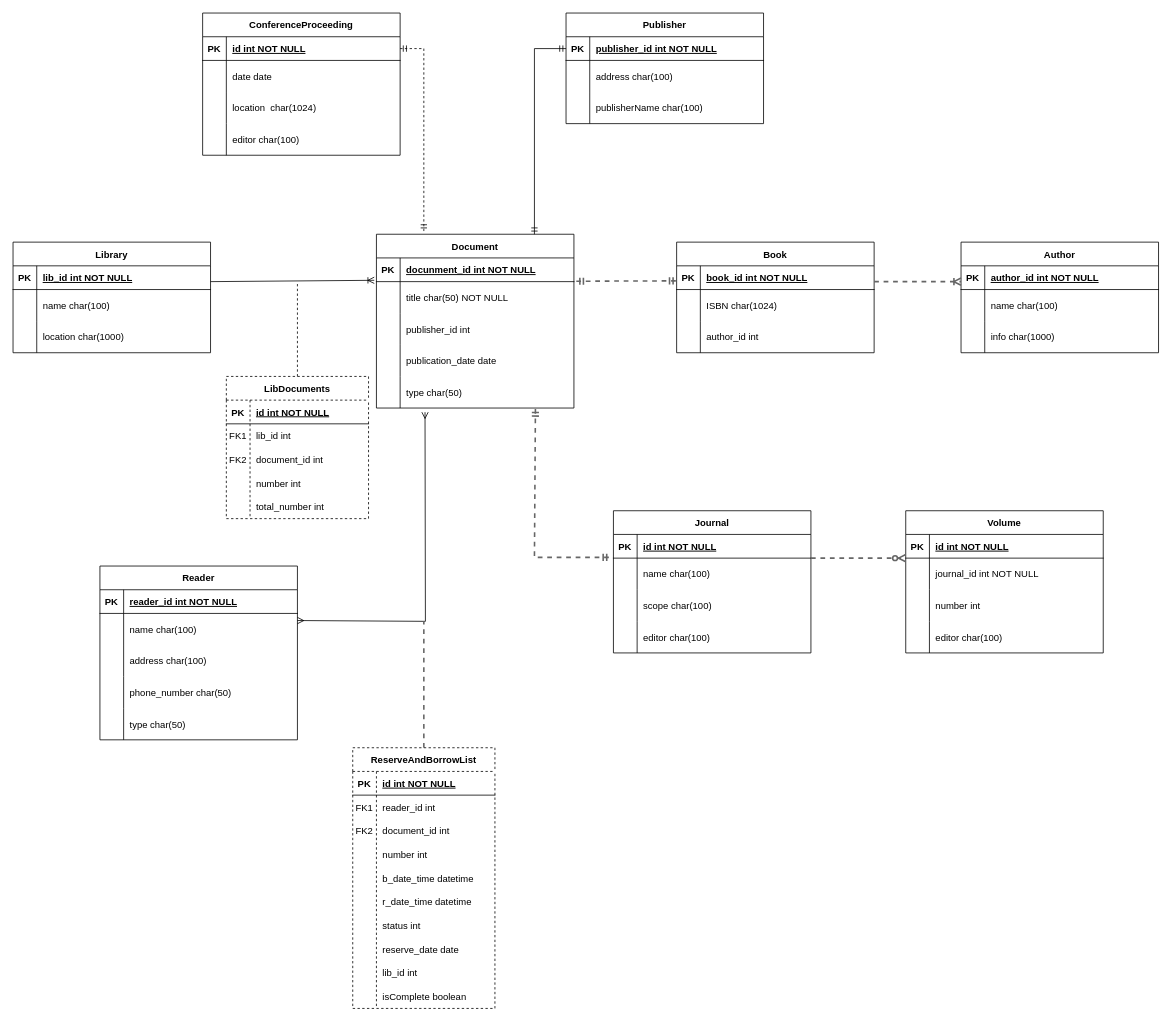
Earlier version of the draw.io diagram database-er.drawio (Maple-pro/database-assignment). Source tidied: cells renumbered, new cells numbered last; positions are measured from the earlier drawing's top-left corner, leaving out a move shared by most shapes. Both pictures are drawn from the tidied source at 79%, with x=0, y=0 at pixel (13, 13).
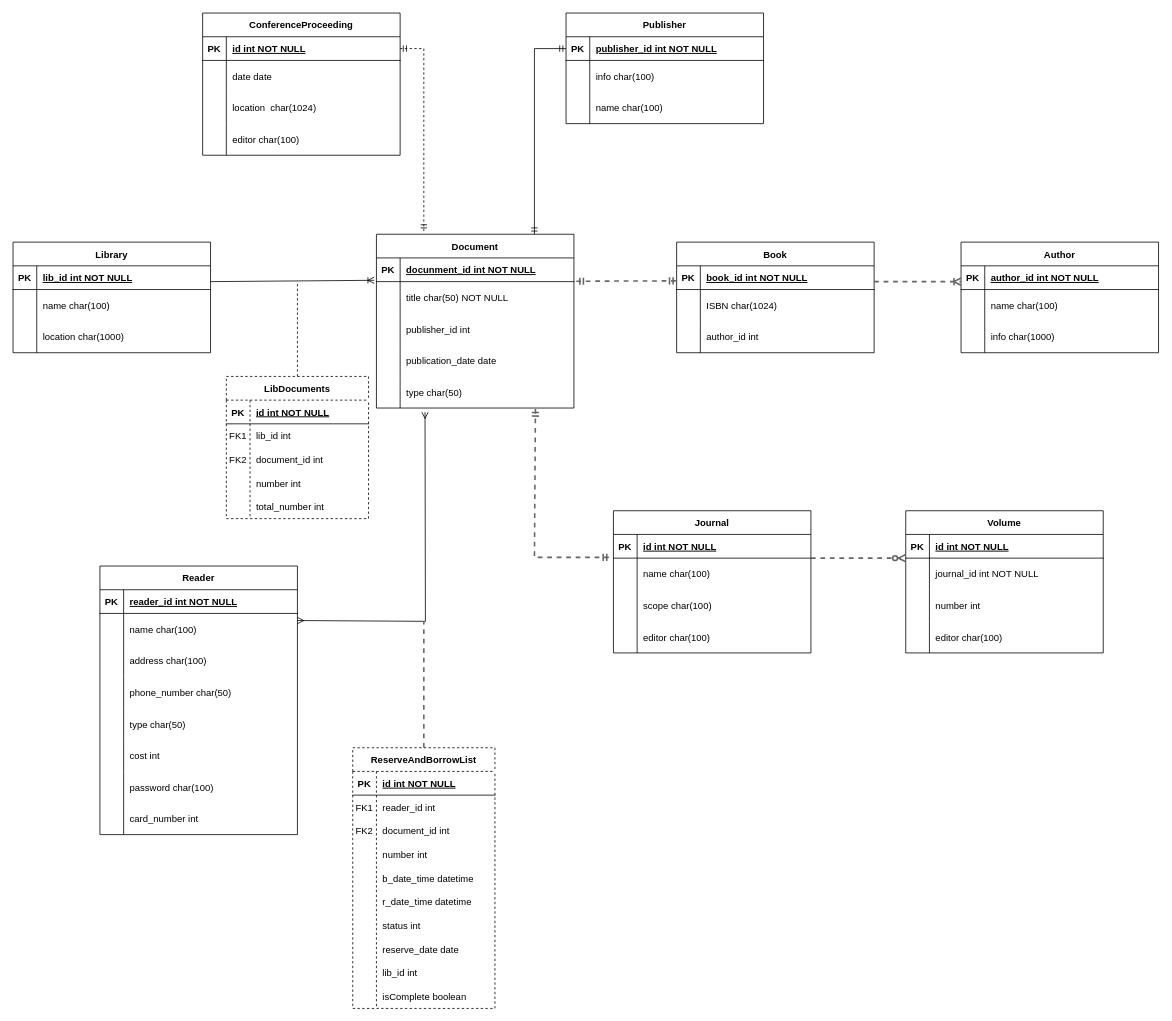
After the change.

The change refers to these unchanged cells:
```xml
<mxCell id="71" style="shape=partialRectangle;fillColor=none;top=0;left=0;right=0;bottom=0;" parent="67" vertex="1">
  <mxGeometry y="60" width="250" height="40" as="geometry" />
</mxCell>
<mxCell id="74" style="shape=partialRectangle;fillColor=none;top=0;left=0;right=0;bottom=0;" parent="67" vertex="1">
  <mxGeometry y="100" width="250" height="40" as="geometry" />
</mxCell>
```

What changed in the source:
```diff
@@
-    <mxCell id="73" value="address char(100) " style="shape=partialRectangle;overflow=hidden;fillColor=none;top=0;left=0;bottom=0;right=0;align=left;spacingLeft=6;" parent="71" vertex="1">
+    <mxCell id="73" value="info char(100) " style="shape=partialRectangle;overflow=hidden;fillColor=none;top=0;left=0;bottom=0;right=0;align=left;spacingLeft=6;" parent="71" vertex="1">
       <mxGeometry x="30" width="220" height="40" as="geometry" />
     </mxCell>
@@
-    <mxCell id="76" value="publisherName char(100) " style="shape=partialRectangle;overflow=hidden;fillColor=none;top=0;left=0;bottom=0;right=0;align=left;spacingLeft=6;" parent="74" vertex="1">
+    <mxCell id="76" value="name char(100) " style="shape=partialRectangle;overflow=hidden;fillColor=none;top=0;left=0;bottom=0;right=0;align=left;spacingLeft=6;" parent="74" vertex="1">
       <mxGeometry x="30" width="220" height="40" as="geometry" />
     </mxCell>
@@
     <mxCell id="116" value="Reader" style="shape=table;startSize=30;childLayout=tableLayout;rowLines=0;fontStyle=1;align=center;" parent="1" vertex="1">
-      <mxGeometry x="110" y="700" width="250" height="220" as="geometry" />
+      <mxGeometry x="110" y="700" width="250" height="340" as="geometry" />
     </mxCell>
@@
+    <mxCell id="171" style="shape=partialRectangle;fillColor=none;top=0;left=0;right=0;bottom=0;" parent="116" vertex="1">
+      <mxGeometry y="220" width="250" height="40" as="geometry" />
+    </mxCell>
+    <mxCell id="172" style="shape=partialRectangle;overflow=hidden;fillColor=none;top=0;left=0;bottom=0;right=0;" parent="171" vertex="1">
+      <mxGeometry width="30" height="40" as="geometry" />
+    </mxCell>
+    <mxCell id="173" value="cost int" style="shape=partialRectangle;overflow=hidden;fillColor=none;top=0;left=0;bottom=0;right=0;align=left;spacingLeft=6;" parent="171" vertex="1">
+      <mxGeometry x="30" width="220" height="40" as="geometry" />
+    </mxCell>
+    <mxCell id="174" style="shape=partialRectangle;fillColor=none;top=0;left=0;right=0;bottom=0;" parent="116" vertex="1">
+      <mxGeometry y="260" width="250" height="40" as="geometry" />
+    </mxCell>
+    <mxCell id="175" style="shape=partialRectangle;overflow=hidden;fillColor=none;top=0;left=0;bottom=0;right=0;" parent="174" vertex="1">
+      <mxGeometry width="30" height="40" as="geometry" />
+    </mxCell>
+    <mxCell id="176" value="password char(100)" style="shape=partialRectangle;overflow=hidden;fillColor=none;top=0;left=0;bottom=0;right=0;align=left;spacingLeft=6;" parent="174" vertex="1">
+      <mxGeometry x="30" width="220" height="40" as="geometry" />
+    </mxCell>
+    <mxCell id="177" style="shape=partialRectangle;fillColor=none;top=0;left=0;right=0;bottom=0;" parent="116" vertex="1">
+      <mxGeometry y="300" width="250" height="40" as="geometry" />
+    </mxCell>
+    <mxCell id="178" style="shape=partialRectangle;overflow=hidden;fillColor=none;top=0;left=0;bottom=0;right=0;" parent="177" vertex="1">
+      <mxGeometry width="30" height="40" as="geometry" />
+    </mxCell>
+    <mxCell id="179" value="card_number int" style="shape=partialRectangle;overflow=hidden;fillColor=none;top=0;left=0;bottom=0;right=0;align=left;spacingLeft=6;" parent="177" vertex="1">
+      <mxGeometry x="30" width="220" height="40" as="geometry" />
+    </mxCell>
```
